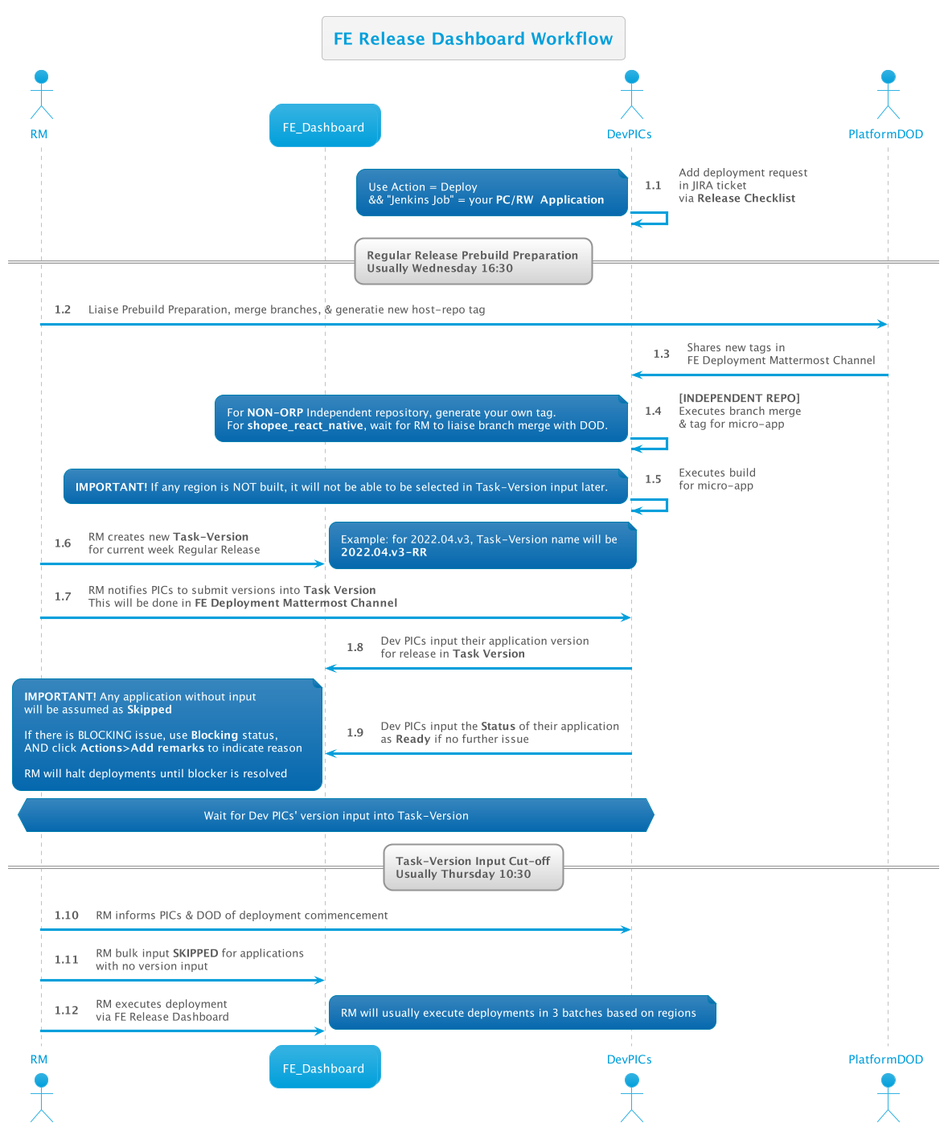
thetomitomo/diagrams keeps this PlantUML diagram as out/FE Release Dashboard/Workflow/1/1.png. Above is the earlier version.
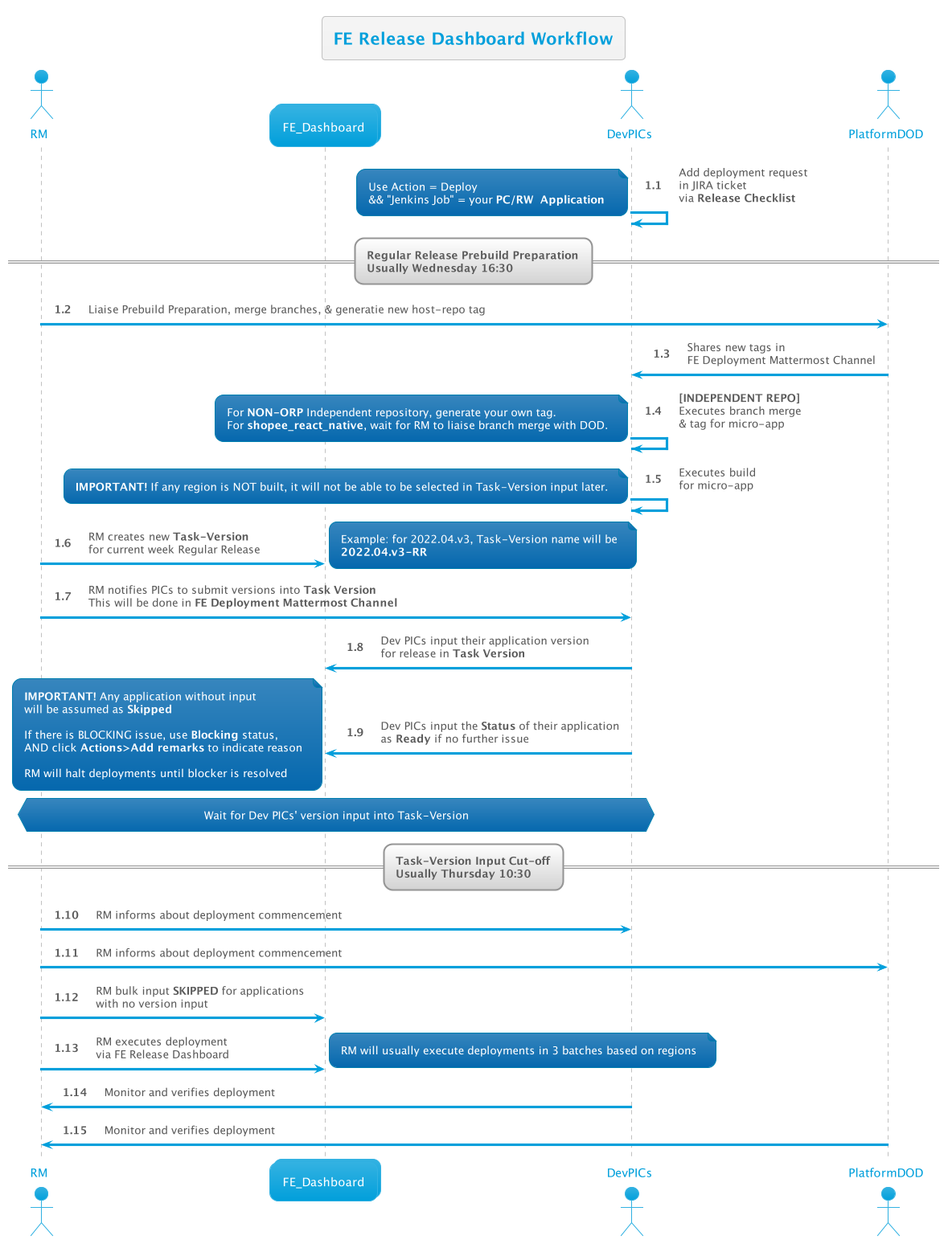
The same file after the commit.

What changed in the source:
```diff
@@ -51,11 +51,15 @@
 
 == Task-Version Input Cut-off\nUsually Thursday 10:30  ==
 
-RM -> DevPICs : RM informs PICs & DOD of deployment commencement
+RM -> DevPICs : RM informs about deployment commencement
+RM -> PlatformDOD : RM informs about deployment commencement
 RM -> Dash : RM bulk input <b>SKIPPED</b> for applications\nwith no version input
 RM -> Dash : RM executes deployment\nvia FE Release Dashboard
 note right
     RM will usually execute deployments in 3 batches based on regions
 end note
 
+DevPICs -> RM : Monitor and verifies deployment
+PlatformDOD -> RM : Monitor and verifies deployment
+
 @enduml
```
